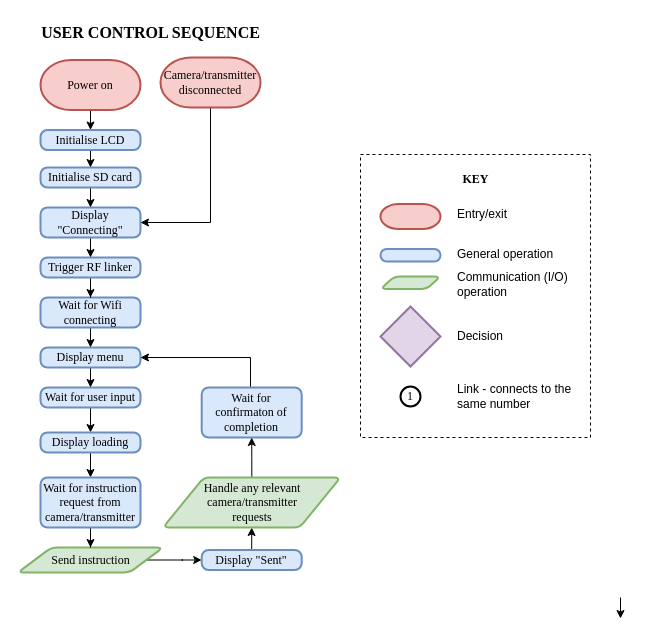
Earlier version of the draw.io diagram final-report/Images/Pi-flow.drawio (rothdu/EEE4113F-Group13-2024). Source tidied: cells renumbered, new cells numbered last; positions are measured from the earlier drawing's top-left corner, leaving out a move shared by most shapes. Both pictures are drawn from the tidied source at 100%, with x=0, y=0 at pixel (18, 17).
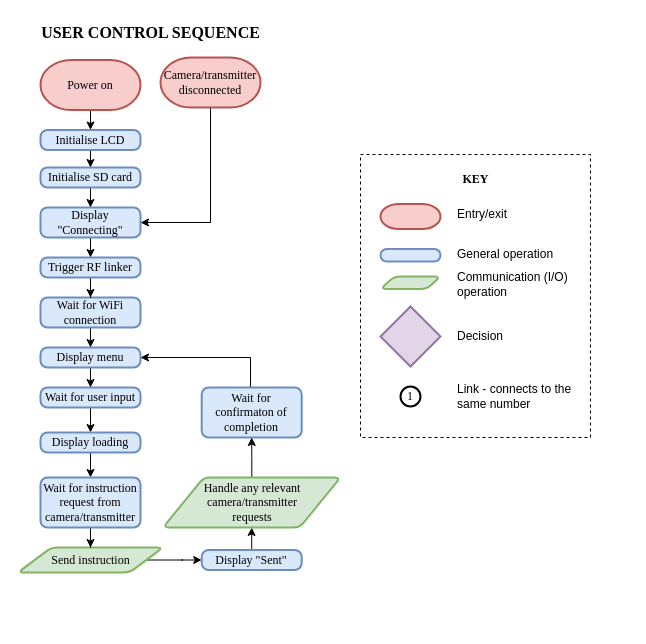
After the change.

Diff of the diagram source:
```diff
@@
-    <mxCell id="3" value="Wait for Wifi connecting" style="rounded=1;whiteSpace=wrap;html=1;absoluteArcSize=1;arcSize=14;strokeWidth=2;fillColor=#dae8fc;strokeColor=#6c8ebf;fontFamily=Times New Roman;" parent="1" vertex="1">
+    <mxCell id="3" value="Wait for WiFi connection" style="rounded=1;whiteSpace=wrap;html=1;absoluteArcSize=1;arcSize=14;strokeWidth=2;fillColor=#dae8fc;strokeColor=#6c8ebf;fontFamily=Times New Roman;" parent="1" vertex="1">
       <mxGeometry x="22" y="280" width="100" height="30" as="geometry" />
     </mxCell>
@@
-    <mxCell id="15" style="edgeStyle=orthogonalEdgeStyle;rounded=0;orthogonalLoop=1;jettySize=auto;html=1;entryX=0.5;entryY=0;entryDx=0;entryDy=0;fontFamily=Times New Roman;" parent="1" edge="1">
-      <mxGeometry relative="1" as="geometry">
-        <mxPoint x="602" y="580" as="sourcePoint" />
-        <mxPoint x="602" y="601" as="targetPoint" />
-      </mxGeometry>
-    </mxCell>
```
